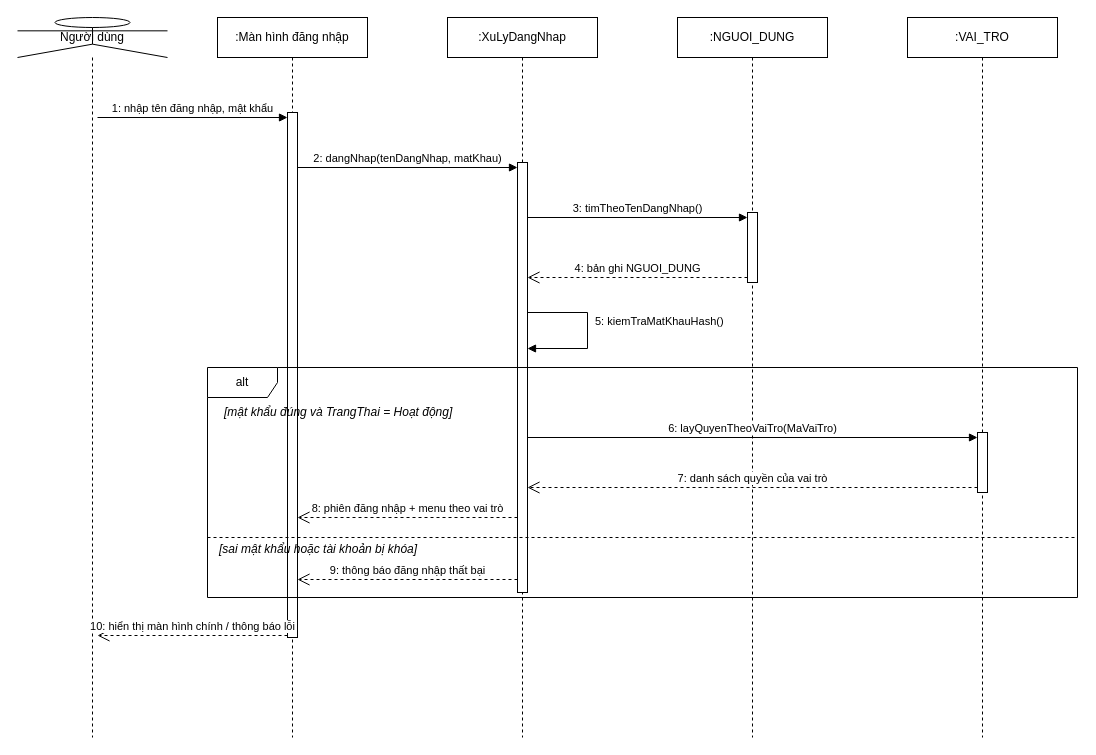
Above: page "SD-01. Đăng nhập và phân quyền" (1 of 6) of docs/SequenceDiagram_HeThongQuanLyNhaHang.drawio in nminhzzz/restaurant-management-ai (draw.io), before the change. Source tidied: cells renumbered, new cells numbered last; positions are measured from the earlier drawing's top-left corner, leaving out a move shared by most shapes. Both pictures are drawn from the tidied source at 100%, with x=0, y=0 at pixel (17, 17).
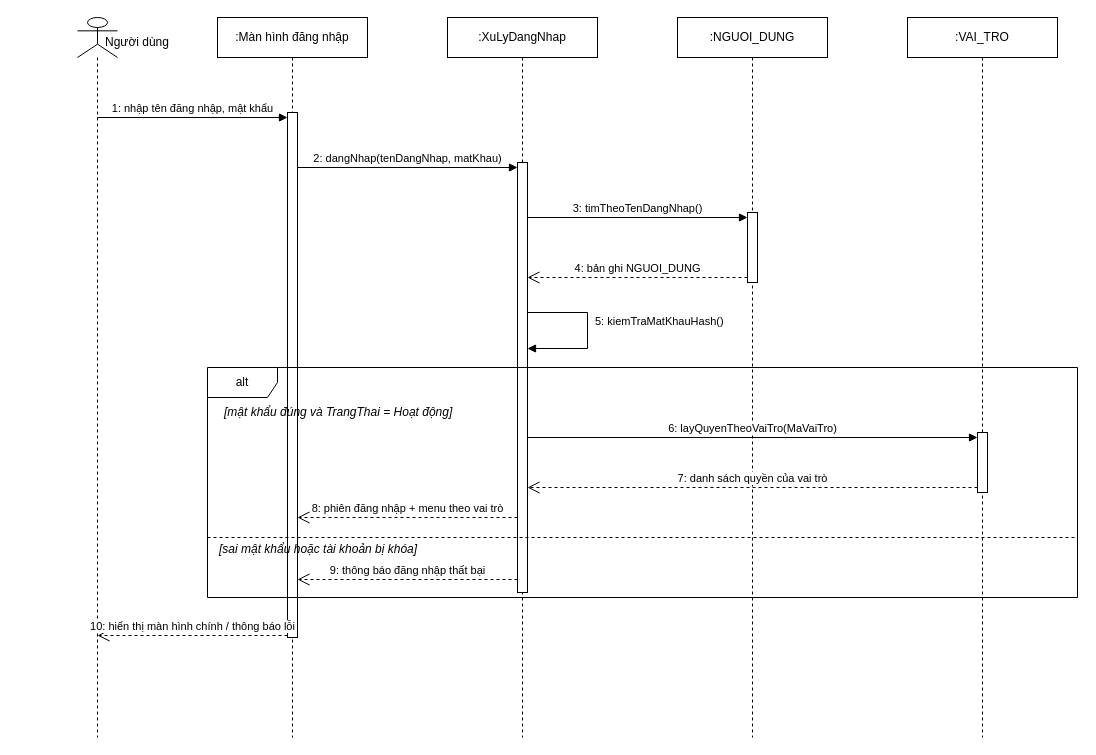
The same diagram, later.

Change to the diagram source:
```diff
@@
-    <mxCell id="2" value="Người dùng" style="shape=umlLifeline;perimeter=lifelinePerimeter;whiteSpace=wrap;html=1;size=40;participant=umlActor;" parent="1" vertex="1">
-      <mxGeometry width="150" height="720" as="geometry" />
+    <mxCell id="2" style="shape=umlLifeline;perimeter=lifelinePerimeter;whiteSpace=wrap;html=1;size=40;participant=umlActor;" parent="1" vertex="1">
+      <mxGeometry x="60" width="40" height="720" as="geometry" />
     </mxCell>
@@
+    <mxCell id="25" value="Người dùng" style="text;html=1;whiteSpace=wrap;strokeColor=none;fillColor=none;align=center;verticalAlign=middle;rounded=0;" parent="1" vertex="1">
+      <mxGeometry x="80" y="10" width="80" height="30" as="geometry" />
+    </mxCell>
```
